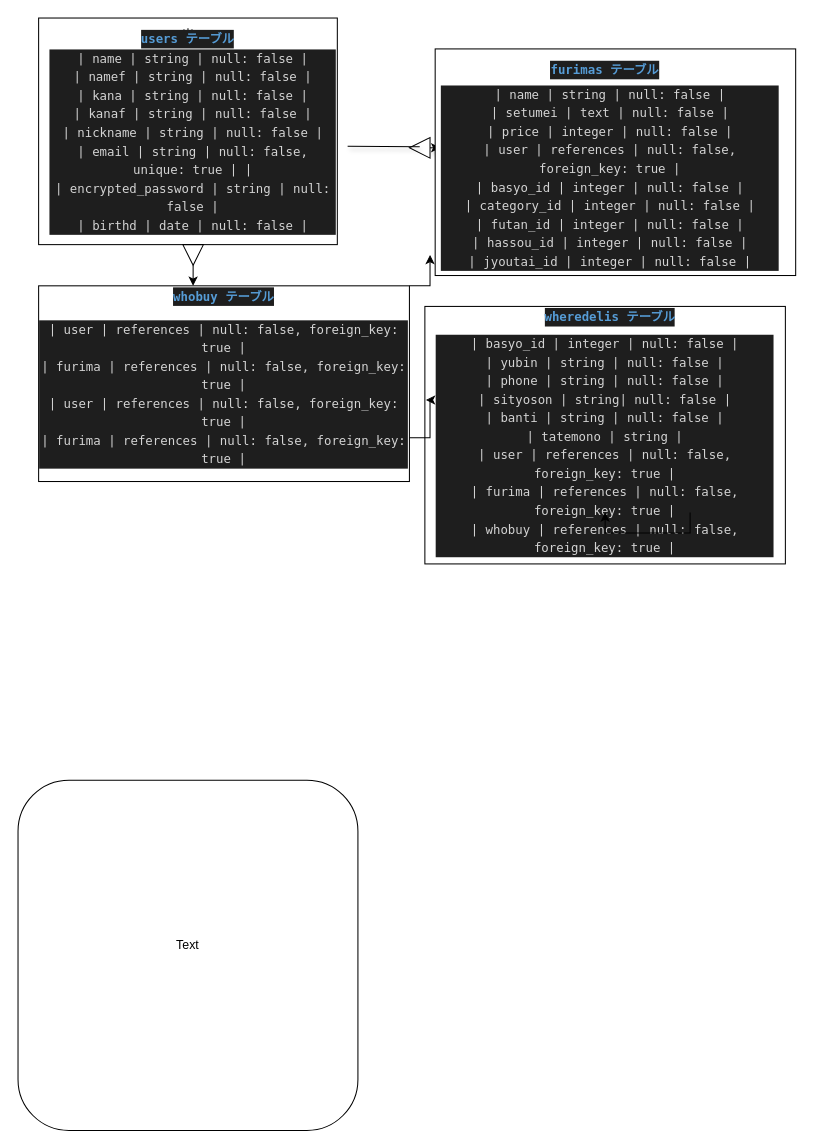
The draw.io diagram sekkeidb.dio in POSOkawa/furima-35269, before the edit. Source tidied: cells renumbered, new cells numbered last; positions are measured from the earlier drawing's top-left corner, leaving out a move shared by most shapes. Both pictures are drawn from the tidied source at 103%, with x=0, y=0 at pixel (18, 18).
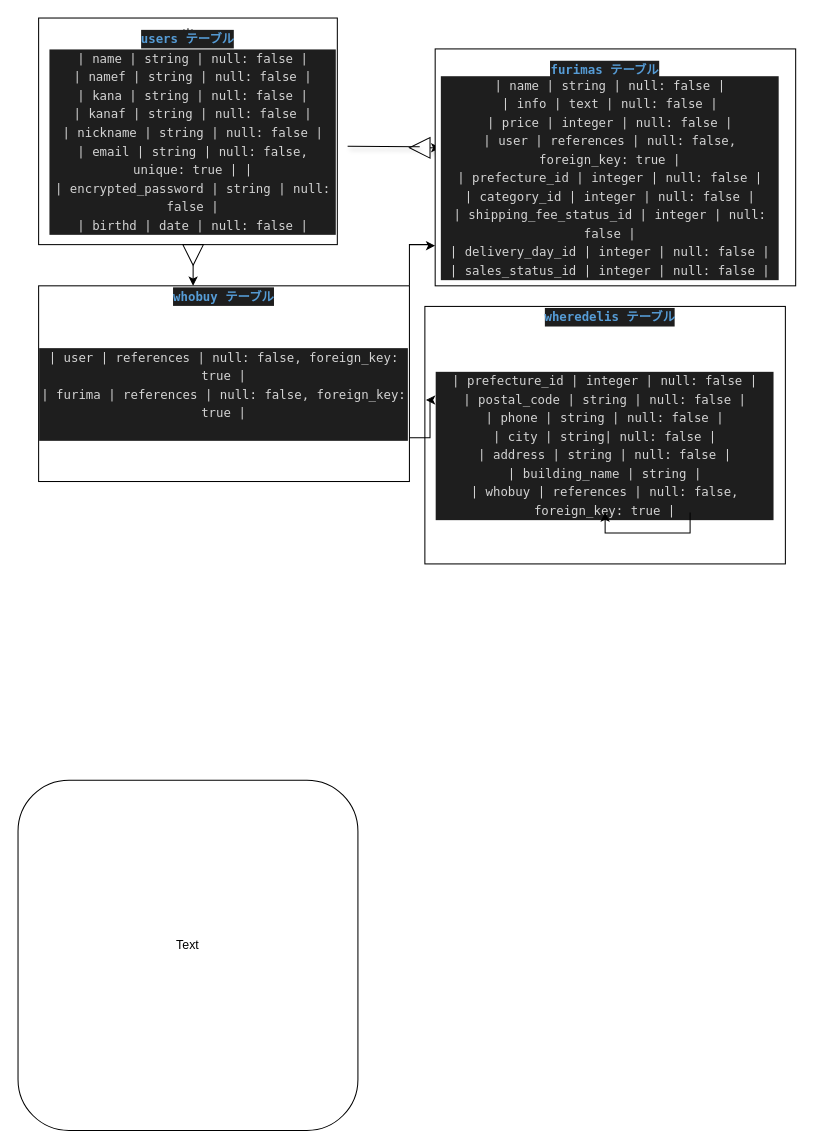
After the change.

The change refers to these unchanged cells:
```xml
<mxCell id="20" style="rounded=0;whiteSpace=wrap;html=1;" parent="1" vertex="1">
  <mxGeometry x="20" y="260" width="360" height="190" as="geometry" />
</mxCell>
```

Change to the diagram source:
```diff
@@
     <mxCell id="10" style="rounded=0;whiteSpace=wrap;html=1;" parent="1" vertex="1">
-      <mxGeometry x="405" y="30" width="350" height="220" as="geometry" />
+      <mxGeometry x="405" y="30" width="350" height="230" as="geometry" />
     </mxCell>
-    <mxCell id="11" value="&lt;div style=&quot;color: rgb(212 , 212 , 212) ; background-color: rgb(30 , 30 , 30) ; font-family: &amp;#34;menlo&amp;#34; , &amp;#34;monaco&amp;#34; , &amp;#34;courier new&amp;#34; , monospace ; line-height: 18px&quot;&gt;&lt;div&gt;| name   | string | null: false |&lt;/div&gt;&lt;div&gt;| setumei   | text | null: false |&lt;/div&gt;&lt;div&gt;| price   | integer | null: false |&lt;/div&gt;&lt;div&gt;| user   | references | null: false, foreign_key: true |&lt;/div&gt;&lt;div&gt;| basyo_id   | integer | null: false |&lt;/div&gt;&lt;div&gt;| category_id   | integer | null: false |&lt;/div&gt;&lt;div&gt;| futan_id   | integer | null: false |&lt;/div&gt;&lt;div&gt;| hassou_id   | integer | null: false |&lt;/div&gt;&lt;div&gt;| jyoutai_id   | integer | null: false |&lt;/div&gt;&lt;/div&gt;" style="text;html=1;strokeColor=none;fillColor=none;align=center;verticalAlign=middle;whiteSpace=wrap;rounded=0;" parent="1" vertex="1">
+    <mxCell id="11" value="&lt;div style=&quot;color: rgb(212 , 212 , 212) ; background-color: rgb(30 , 30 , 30) ; font-family: &amp;#34;menlo&amp;#34; , &amp;#34;monaco&amp;#34; , &amp;#34;courier new&amp;#34; , monospace ; line-height: 18px&quot;&gt;&lt;div style=&quot;font-family: &amp;#34;menlo&amp;#34; , &amp;#34;monaco&amp;#34; , &amp;#34;courier new&amp;#34; , monospace ; line-height: 18px&quot;&gt;&lt;div&gt;| name   | string | null: false |&lt;/div&gt;&lt;div&gt;| info   | text | null: false |&lt;/div&gt;&lt;div&gt;| price   | integer | null: false |&lt;/div&gt;&lt;div&gt;| user   | references | null: false, foreign_key: true |&lt;/div&gt;&lt;div&gt;| prefecture_id   | integer | null: false |&lt;/div&gt;&lt;div&gt;| category_id   | integer | null: false |&lt;/div&gt;&lt;div&gt;| shipping_fee_status_id   | integer | null: false |&lt;/div&gt;&lt;div&gt;| delivery_day_id   | integer | null: false |&lt;/div&gt;&lt;div&gt;| sales_status_id   | integer | null: false |&lt;/div&gt;&lt;/div&gt;&lt;/div&gt;" style="text;html=1;strokeColor=none;fillColor=none;align=center;verticalAlign=middle;whiteSpace=wrap;rounded=0;" parent="1" vertex="1">
       <mxGeometry x="410" y="80" width="330" height="150" as="geometry" />
     </mxCell>
@@
-    <mxCell id="16" value="&lt;div style=&quot;color: rgb(212 , 212 , 212) ; background-color: rgb(30 , 30 , 30) ; font-family: &amp;#34;menlo&amp;#34; , &amp;#34;monaco&amp;#34; , &amp;#34;courier new&amp;#34; , monospace ; line-height: 18px&quot;&gt;&lt;div style=&quot;font-family: &amp;#34;menlo&amp;#34; , &amp;#34;monaco&amp;#34; , &amp;#34;courier new&amp;#34; , monospace ; line-height: 18px&quot;&gt;&lt;div&gt;| basyo_id   | integer | null: false |&lt;/div&gt;&lt;div&gt;| yubin   | string | null: false |&lt;/div&gt;&lt;div&gt;| phone   | string | null: false |&lt;/div&gt;&lt;div&gt;| sityoson  | string| null: false |&lt;/div&gt;&lt;div&gt;| banti   | string | null: false |&lt;/div&gt;&lt;div&gt;| tatemono   | string |&lt;/div&gt;&lt;div&gt;&lt;div style=&quot;font-family: &amp;#34;menlo&amp;#34; , &amp;#34;monaco&amp;#34; , &amp;#34;courier new&amp;#34; , monospace ; line-height: 18px&quot;&gt;&lt;div&gt;| user   | references | null: false, foreign_key: true |&lt;/div&gt;&lt;div&gt;| furima   | references | null: false, foreign_key: true |&lt;/div&gt;&lt;div&gt;&lt;div style=&quot;font-family: &amp;#34;menlo&amp;#34; , &amp;#34;monaco&amp;#34; , &amp;#34;courier new&amp;#34; , monospace ; line-height: 18px&quot;&gt;| whobuy   | references | null: false, foreign_key: true |&lt;/div&gt;&lt;/div&gt;&lt;/div&gt;&lt;/div&gt;&lt;/div&gt;&lt;/div&gt;" style="text;html=1;strokeColor=none;fillColor=none;align=center;verticalAlign=middle;whiteSpace=wrap;rounded=0;" parent="1" vertex="1">
+    <mxCell id="16" value="&lt;div style=&quot;color: rgb(212 , 212 , 212) ; background-color: rgb(30 , 30 , 30) ; font-family: &amp;#34;menlo&amp;#34; , &amp;#34;monaco&amp;#34; , &amp;#34;courier new&amp;#34; , monospace ; line-height: 18px&quot;&gt;&lt;div style=&quot;font-family: &amp;#34;menlo&amp;#34; , &amp;#34;monaco&amp;#34; , &amp;#34;courier new&amp;#34; , monospace ; line-height: 18px&quot;&gt;&lt;div style=&quot;font-family: &amp;#34;menlo&amp;#34; , &amp;#34;monaco&amp;#34; , &amp;#34;courier new&amp;#34; , monospace ; line-height: 18px&quot;&gt;&lt;div&gt;| prefecture_id   | integer | null: false |&lt;/div&gt;&lt;div&gt;| postal_code  | string | null: false |&lt;/div&gt;&lt;div&gt;| phone   | string | null: false |&lt;/div&gt;&lt;div&gt;| city  | string| null: false |&lt;/div&gt;&lt;div&gt;| address   | string | null: false |&lt;/div&gt;&lt;div&gt;| building_name   | string |&lt;/div&gt;&lt;div&gt;| whobuy   | references | null: false, foreign_key: true |&lt;/div&gt;&lt;/div&gt;&lt;/div&gt;&lt;/div&gt;" style="text;html=1;strokeColor=none;fillColor=none;align=center;verticalAlign=middle;whiteSpace=wrap;rounded=0;" parent="1" vertex="1">
       <mxGeometry x="405" y="350" width="330" height="130" as="geometry" />
     </mxCell>
@@
-    <mxCell id="19" style="edgeStyle=orthogonalEdgeStyle;rounded=0;jettySize=auto;html=1;exitX=1;exitY=0;exitDx=0;exitDy=0;" parent="1" edge="1" source="20">
+    <mxCell id="19" style="edgeStyle=orthogonalEdgeStyle;rounded=0;jettySize=auto;html=1;exitX=1;exitY=0;exitDx=0;exitDy=0;entryX=-0.015;entryY=0.94;entryDx=0;entryDy=0;entryPerimeter=0;" parent="1" edge="1" source="20" target="11">
       <mxGeometry relative="1" as="geometry">
-        <mxPoint x="400" y="230" as="targetPoint" />
+        <Array as="points">
+          <mxPoint x="380" y="220" />
+          <mxPoint x="400" y="220" />
+          <mxPoint x="400" y="221" />
+        </Array>
       </mxGeometry>
     </mxCell>
@@
-    <mxCell id="22" value="&lt;div style=&quot;color: rgb(212 , 212 , 212) ; background-color: rgb(30 , 30 , 30) ; font-family: &amp;#34;menlo&amp;#34; , &amp;#34;monaco&amp;#34; , &amp;#34;courier new&amp;#34; , monospace ; line-height: 18px&quot;&gt;&lt;div&gt;| user   | references | null: false, foreign_key: true |&lt;/div&gt;&lt;div&gt;| furima   | references | null: false, foreign_key: true |&lt;/div&gt;&lt;div&gt;&lt;div style=&quot;font-family: &amp;#34;menlo&amp;#34; , &amp;#34;monaco&amp;#34; , &amp;#34;courier new&amp;#34; , monospace ; line-height: 18px&quot;&gt;&lt;div&gt;| user   | references | null: false, foreign_key: true |&lt;/div&gt;&lt;div&gt;| furima   | references | null: false, foreign_key: true |&lt;/div&gt;&lt;/div&gt;&lt;/div&gt;&lt;/div&gt;" style="text;html=1;strokeColor=none;fillColor=none;align=center;verticalAlign=middle;whiteSpace=wrap;rounded=0;" parent="1" vertex="1">
+    <mxCell id="22" value="&lt;div style=&quot;color: rgb(212 , 212 , 212) ; background-color: rgb(30 , 30 , 30) ; font-family: &amp;#34;menlo&amp;#34; , &amp;#34;monaco&amp;#34; , &amp;#34;courier new&amp;#34; , monospace ; line-height: 18px&quot;&gt;&lt;div&gt;| user   | references | null: false, foreign_key: true |&lt;/div&gt;&lt;div&gt;| furima   | references | null: false, foreign_key: true |&lt;/div&gt;&lt;div&gt;&lt;div style=&quot;font-family: &amp;#34;menlo&amp;#34; , &amp;#34;monaco&amp;#34; , &amp;#34;courier new&amp;#34; , monospace ; line-height: 18px&quot;&gt;&lt;br&gt;&lt;/div&gt;&lt;/div&gt;&lt;/div&gt;" style="text;html=1;strokeColor=none;fillColor=none;align=center;verticalAlign=middle;whiteSpace=wrap;rounded=0;" parent="1" vertex="1">
       <mxGeometry x="20" y="280" width="360" height="170" as="geometry" />
     </mxCell>
```
